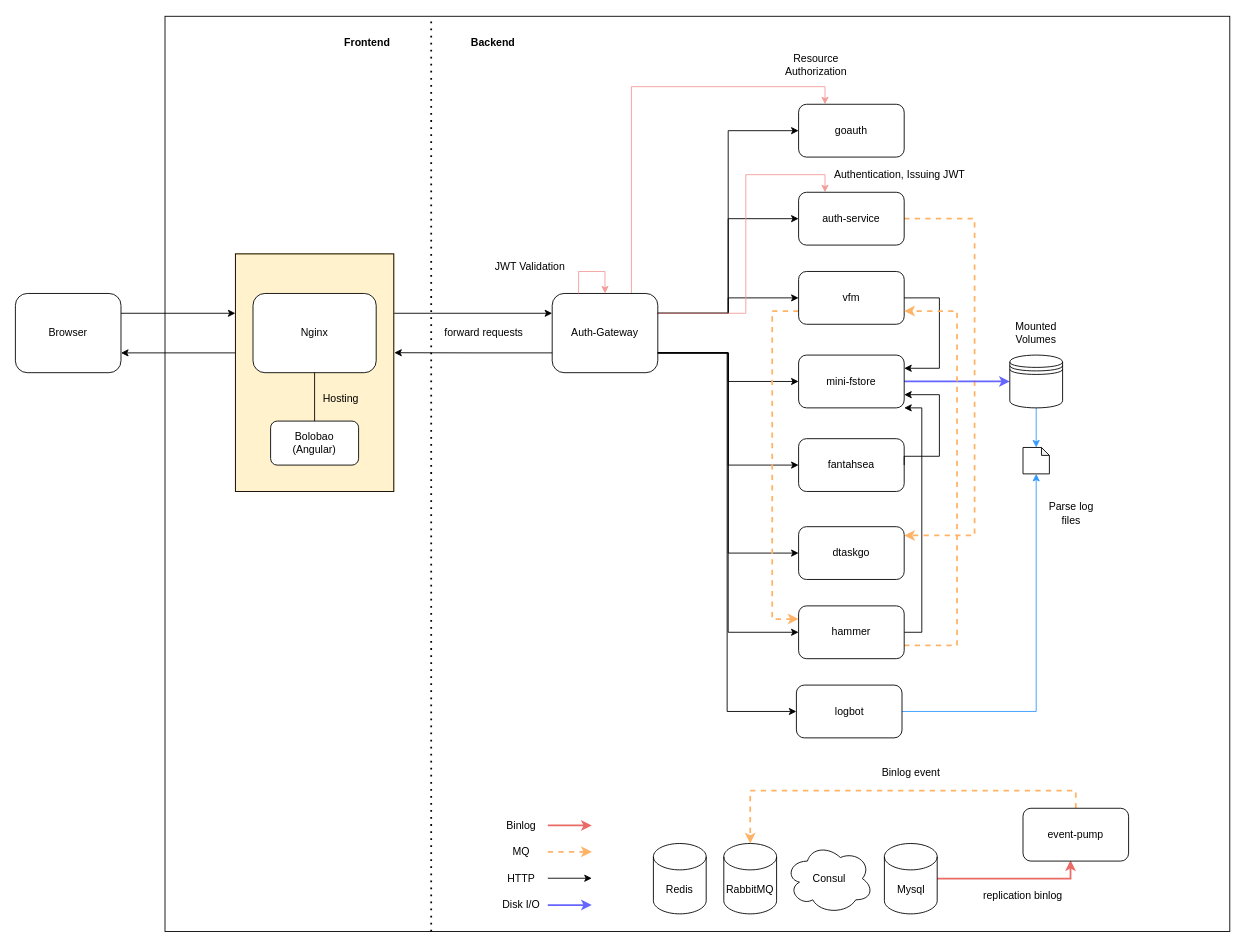
Earlier version of the draw.io diagram system-overview.drawio (CurtisNewbie/system-overview). Source tidied: cells renumbered, new cells numbered last; positions are measured from the earlier drawing's top-left corner, leaving out a move shared by most shapes. Both pictures are drawn from the tidied source at 88%, with x=0, y=0 at pixel (15, 16).
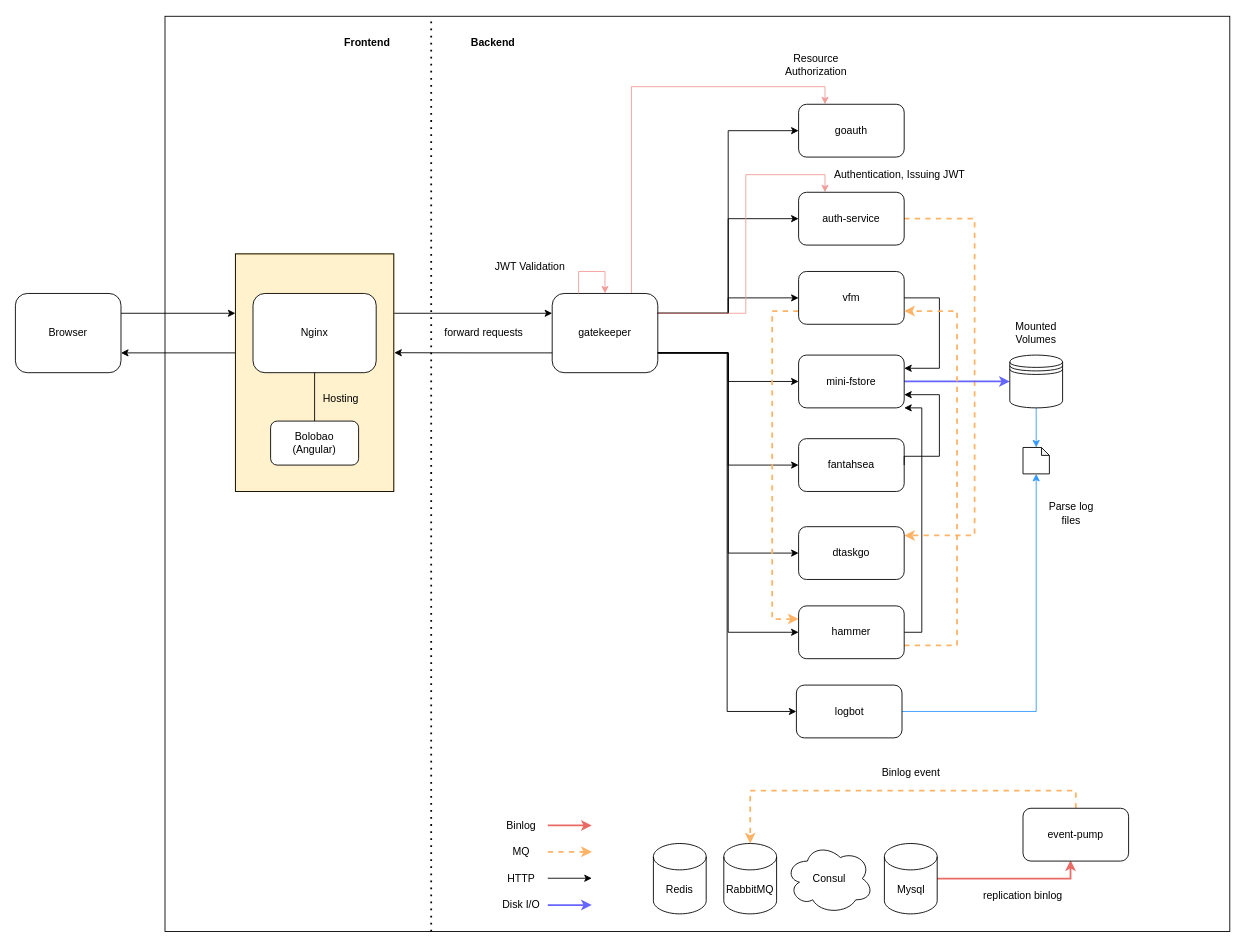
After the change.

What changed in the source:
```diff
@@
-    <mxCell id="18" value="Auth-Gateway" style="rounded=1;whiteSpace=wrap;html=1;fillColor=none;" parent="1" vertex="1">
+    <mxCell id="18" value="gatekeeper" style="rounded=1;whiteSpace=wrap;html=1;fillColor=none;" parent="1" vertex="1">
       <mxGeometry x="610" y="315" width="120" height="90" as="geometry" />
     </mxCell>
```
